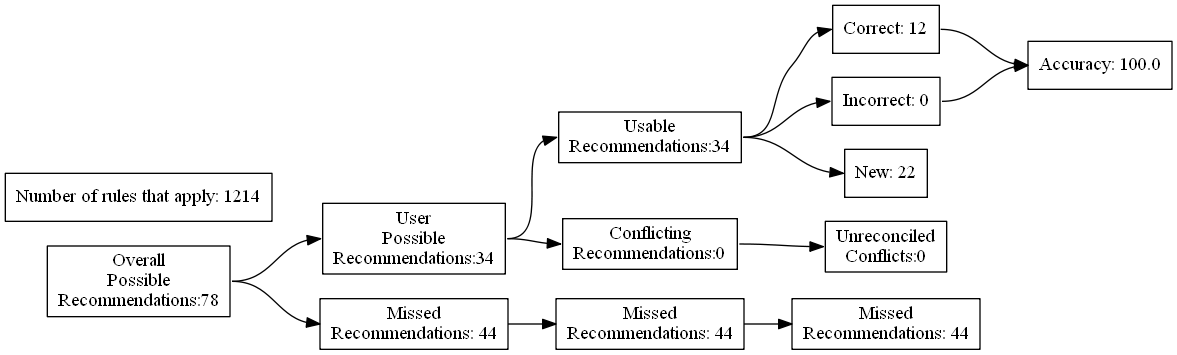
The Graphviz diagram test_renders/104.gv.png in ZaxR/ibd_diet_analysis, before a commit. Its source is kept beside it as test_renders/104.gv.
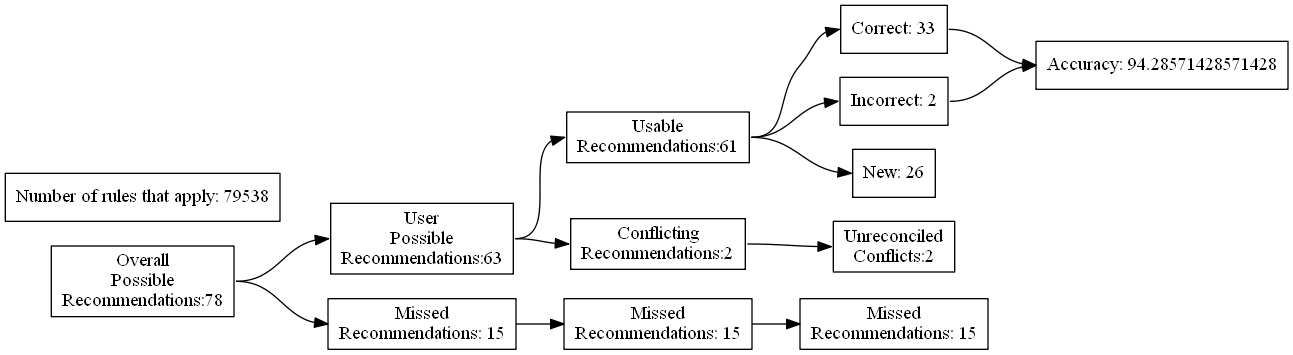
Above is the later version.

Diff of the diagram source:
```diff
@@ -7,24 +7,24 @@
 Recommendations:78"]
 		B [label="User
 Possible
-Recommendations:34"]
+Recommendations:63"]
 		C [label="Missed
-Recommendations: 44"]
+Recommendations: 15"]
 		D [label="Usable
-Recommendations:34"]
+Recommendations:61"]
 		E [label="Conflicting
-Recommendations:0"]
+Recommendations:2"]
 		J [label="Missed
-Recommendations: 44"]
+Recommendations: 15"]
 		M [label="Unreconciled
-Conflicts:0"]
-		F [label="Correct: 12"]
-		G [label="Incorrect: 0"]
-		H [label="New: 22"]
+Conflicts:2"]
+		F [label="Correct: 33"]
+		G [label="Incorrect: 2"]
+		H [label="New: 26"]
 		K [label="Missed
-Recommendations: 44"]
-		I [label="Accuracy: 100.0"]
-		l [label="Number of rules that apply: 1214"]
+Recommendations: 15"]
+		I [label="Accuracy: 94.28571428571428"]
+		l [label="Number of rules that apply: 79538"]
 			A -> B
 			A -> C
 			B -> D
```
